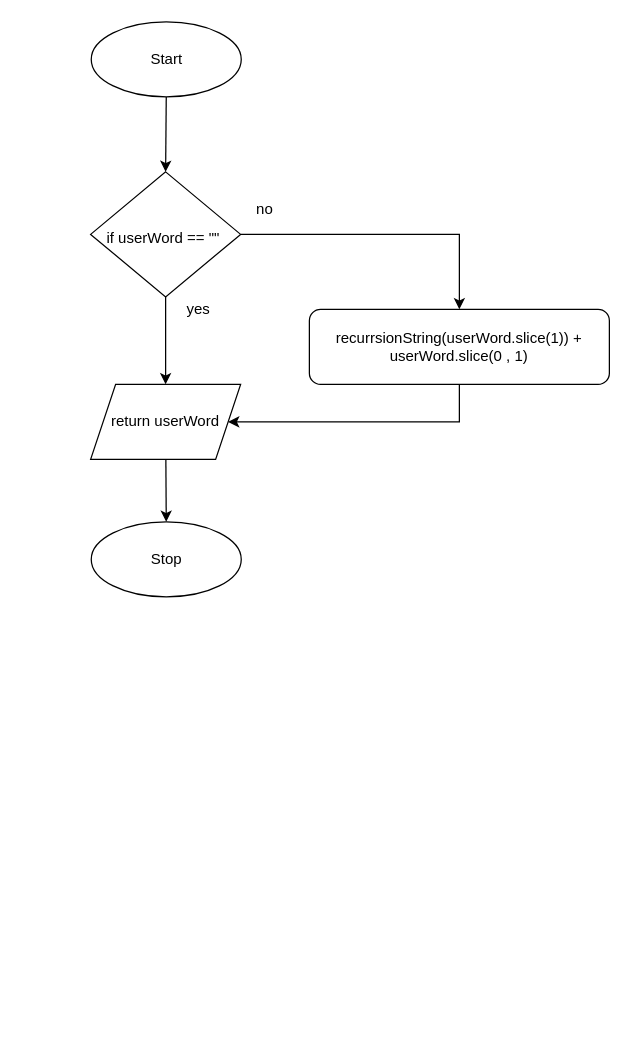
Earlier version of the draw.io diagram Drawio/Flowchart1.drawio (JacksonNaufal/ics4u-unit3-03-typescript). Source tidied: cells renumbered, new cells numbered last; positions are measured from the earlier drawing's top-left corner, leaving out a move shared by most shapes. Both pictures are drawn from the tidied source at 125%, with x=0, y=0 at pixel (90, 21).
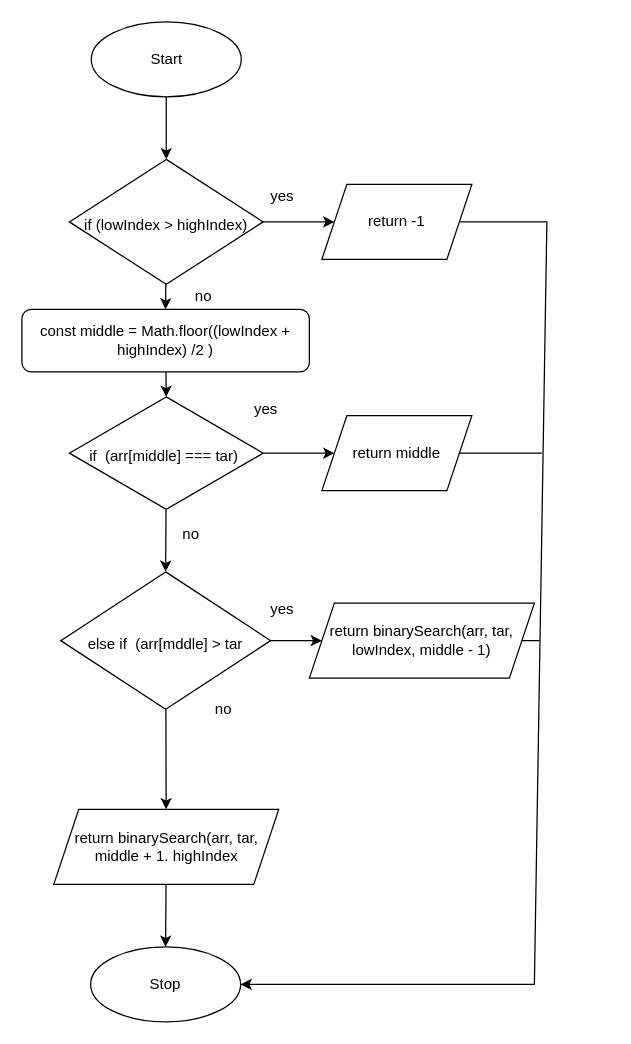
The same diagram, later.

The edit, as a diff of the source:
```diff
@@
     <mxCell id="4" value="Stop" style="ellipse;whiteSpace=wrap;html=1;" parent="1" vertex="1">
-      <mxGeometry x="0.5" y="400" width="120" height="60" as="geometry" />
+      <mxGeometry y="740" width="120" height="60" as="geometry" />
     </mxCell>
-    <mxCell id="5" style="edgeStyle=none;html=1;entryX=0.5;entryY=0;entryDx=0;entryDy=0;fontSize=12;" parent="1" edge="1" source="7" target="11">
-      <mxGeometry relative="1" as="geometry" />
-    </mxCell>
-    <mxCell id="6" style="edgeStyle=none;html=1;entryX=0.5;entryY=0;entryDx=0;entryDy=0;rounded=0;" parent="1" edge="1" source="7" target="13">
-      <mxGeometry relative="1" as="geometry">
-        <Array as="points">
-          <mxPoint x="295" y="170" />
-        </Array>
-      </mxGeometry>
-    </mxCell>
+    <mxCell id="14" style="edgeStyle=none;html=1;entryX=0;entryY=0.5;entryDx=0;entryDy=0;" parent="1" edge="1" source="7" target="27">
+      <mxGeometry relative="1" as="geometry" />
+    </mxCell>
+    <mxCell id="15" style="edgeStyle=none;html=1;entryX=0.5;entryY=0;entryDx=0;entryDy=0;" parent="1" edge="1" source="7" target="29">
+      <mxGeometry relative="1" as="geometry" />
+    </mxCell>
-    <mxCell id="7" value="&lt;font style=&quot;font-size: 12px&quot;&gt;if userWord == &quot;&quot;&amp;nbsp;&lt;/font&gt;" style="rhombus;whiteSpace=wrap;html=1;fontSize=22;" parent="1" vertex="1">
-      <mxGeometry y="120" width="120" height="100" as="geometry" />
+    <mxCell id="7" value="&lt;font style=&quot;font-size: 12px&quot;&gt;if (lowIndex &amp;gt; highIndex)&lt;/font&gt;" style="rhombus;whiteSpace=wrap;html=1;fontSize=22;" parent="1" vertex="1">
+      <mxGeometry x="-17" y="110" width="155" height="100" as="geometry" />
     </mxCell>
     <mxCell id="8" value="no" style="text;html=1;align=center;verticalAlign=middle;strokeColor=none;fillColor=none;fontSize=12;" parent="1" vertex="1">
-      <mxGeometry x="124.4" y="140" width="30" height="20" as="geometry" />
+      <mxGeometry x="75" y="210" width="30" height="20" as="geometry" />
     </mxCell>
     <mxCell id="9" value="yes" style="text;html=1;align=center;verticalAlign=middle;strokeColor=none;fillColor=none;fontSize=12;" parent="1" vertex="1">
-      <mxGeometry x="71" y="220" width="30" height="20" as="geometry" />
+      <mxGeometry x="137.5" y="130" width="30" height="20" as="geometry" />
     </mxCell>
-    <mxCell id="10" style="edgeStyle=none;html=1;entryX=0.5;entryY=0;entryDx=0;entryDy=0;" parent="1" edge="1" source="11" target="4">
-      <mxGeometry relative="1" as="geometry" />
-    </mxCell>
-    <mxCell id="11" value="return userWord" style="shape=parallelogram;perimeter=parallelogramPerimeter;whiteSpace=wrap;html=1;fixedSize=1;" parent="1" vertex="1">
-      <mxGeometry y="290" width="120" height="60" as="geometry" />
-    </mxCell>
-    <mxCell id="12" style="edgeStyle=none;html=1;entryX=1;entryY=0.5;entryDx=0;entryDy=0;rounded=0;" parent="1" edge="1" source="13" target="11">
-      <mxGeometry relative="1" as="geometry">
-        <Array as="points">
-          <mxPoint x="295" y="320" />
-        </Array>
-      </mxGeometry>
-    </mxCell>
-    <mxCell id="13" value="recurrsionString(userWord.slice(1)) + userWord.slice(0 , 1)" style="rounded=1;whiteSpace=wrap;html=1;" parent="1" vertex="1">
-      <mxGeometry x="175" y="230" width="240" height="60" as="geometry" />
-    </mxCell>
+    <mxCell id="16" style="edgeStyle=none;html=1;entryX=0.5;entryY=0;entryDx=0;entryDy=0;" parent="1" edge="1" source="18" target="21">
+      <mxGeometry relative="1" as="geometry" />
+    </mxCell>
+    <mxCell id="17" style="edgeStyle=none;html=1;entryX=0;entryY=0.5;entryDx=0;entryDy=0;" parent="1" edge="1" source="18" target="31">
+      <mxGeometry relative="1" as="geometry" />
+    </mxCell>
+    <mxCell id="18" value="&lt;font style=&quot;font-size: 12px&quot;&gt;if&amp;nbsp; (arr[middle] === tar)&amp;nbsp;&lt;/font&gt;" style="rhombus;whiteSpace=wrap;html=1;fontSize=22;" parent="1" vertex="1">
+      <mxGeometry x="-17" y="300" width="155" height="90" as="geometry" />
+    </mxCell>
+    <mxCell id="19" style="edgeStyle=none;html=1;entryX=0;entryY=0.5;entryDx=0;entryDy=0;" parent="1" edge="1" source="21" target="33">
+      <mxGeometry relative="1" as="geometry" />
+    </mxCell>
+    <mxCell id="20" style="edgeStyle=none;html=1;" parent="1" edge="1" source="21" target="35">
+      <mxGeometry relative="1" as="geometry" />
+    </mxCell>
+    <mxCell id="21" value="&lt;font style=&quot;font-size: 12px&quot;&gt;else if&amp;nbsp; (arr[mddle] &amp;gt; tar&lt;/font&gt;" style="rhombus;whiteSpace=wrap;html=1;fontSize=22;" parent="1" vertex="1">
+      <mxGeometry x="-23.9" y="440" width="167.9" height="110" as="geometry" />
+    </mxCell>
+    <mxCell id="22" value="no" style="text;html=1;align=center;verticalAlign=middle;strokeColor=none;fillColor=none;fontSize=12;" parent="1" vertex="1">
+      <mxGeometry x="65" y="400" width="30" height="20" as="geometry" />
+    </mxCell>
+    <mxCell id="23" value="no" style="text;html=1;align=center;verticalAlign=middle;strokeColor=none;fillColor=none;fontSize=12;" parent="1" vertex="1">
+      <mxGeometry x="90.5" y="540" width="30" height="20" as="geometry" />
+    </mxCell>
+    <mxCell id="24" value="yes" style="text;html=1;align=center;verticalAlign=middle;strokeColor=none;fillColor=none;fontSize=12;" parent="1" vertex="1">
+      <mxGeometry x="125" y="300" width="30" height="20" as="geometry" />
+    </mxCell>
+    <mxCell id="25" value="yes" style="text;html=1;align=center;verticalAlign=middle;strokeColor=none;fillColor=none;fontSize=12;" parent="1" vertex="1">
+      <mxGeometry x="137.5" y="460" width="30" height="20" as="geometry" />
+    </mxCell>
+    <mxCell id="26" style="edgeStyle=none;html=1;entryX=1;entryY=0.5;entryDx=0;entryDy=0;rounded=0;" parent="1" edge="1" source="27" target="4">
+      <mxGeometry relative="1" as="geometry">
+        <Array as="points">
+          <mxPoint x="365" y="160" />
+          <mxPoint x="355" y="770" />
+        </Array>
+      </mxGeometry>
+    </mxCell>
+    <mxCell id="27" value="return -1" style="shape=parallelogram;perimeter=parallelogramPerimeter;whiteSpace=wrap;html=1;fixedSize=1;" parent="1" vertex="1">
+      <mxGeometry x="185" y="130" width="120" height="60" as="geometry" />
+    </mxCell>
+    <mxCell id="28" style="edgeStyle=none;html=1;entryX=0.5;entryY=0;entryDx=0;entryDy=0;" parent="1" edge="1" source="29" target="18">
+      <mxGeometry relative="1" as="geometry" />
+    </mxCell>
+    <mxCell id="29" value="const middle = Math.floor((lowIndex + highIndex) /2 )" style="rounded=1;whiteSpace=wrap;html=1;" parent="1" vertex="1">
+      <mxGeometry x="-55" y="230" width="230" height="50" as="geometry" />
+    </mxCell>
+    <mxCell id="30" style="edgeStyle=none;rounded=0;html=1;endArrow=none;endFill=0;" parent="1" edge="1" source="31">
+      <mxGeometry relative="1" as="geometry">
+        <mxPoint x="361" y="345" as="targetPoint" />
+      </mxGeometry>
+    </mxCell>
+    <mxCell id="31" value="return middle" style="shape=parallelogram;perimeter=parallelogramPerimeter;whiteSpace=wrap;html=1;fixedSize=1;" parent="1" vertex="1">
+      <mxGeometry x="185" y="315" width="120" height="60" as="geometry" />
+    </mxCell>
+    <mxCell id="32" style="edgeStyle=none;rounded=0;html=1;endArrow=none;endFill=0;" parent="1" edge="1" source="33">
+      <mxGeometry relative="1" as="geometry">
+        <mxPoint x="359" y="495" as="targetPoint" />
+      </mxGeometry>
+    </mxCell>
+    <mxCell id="33" value="return binarySearch(arr, tar, lowIndex, middle - 1)" style="shape=parallelogram;perimeter=parallelogramPerimeter;whiteSpace=wrap;html=1;fixedSize=1;" parent="1" vertex="1">
+      <mxGeometry x="175" y="465" width="180" height="60" as="geometry" />
+    </mxCell>
+    <mxCell id="34" style="edgeStyle=none;html=1;entryX=0.5;entryY=0;entryDx=0;entryDy=0;" parent="1" edge="1" source="35" target="4">
+      <mxGeometry relative="1" as="geometry" />
+    </mxCell>
+    <mxCell id="35" value="return binarySearch(arr, tar, middle + 1. highIndex" style="shape=parallelogram;perimeter=parallelogramPerimeter;whiteSpace=wrap;html=1;fixedSize=1;" parent="1" vertex="1">
+      <mxGeometry x="-29.5" y="630" width="180" height="60" as="geometry" />
+    </mxCell>
```
